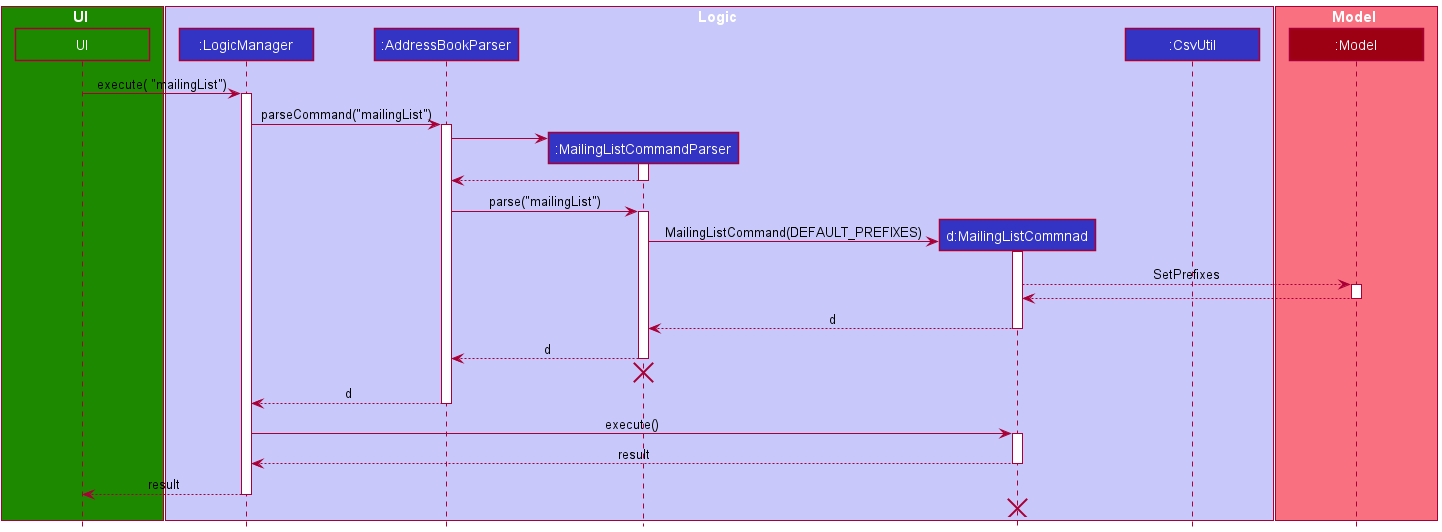
Above: docs/images/MailingListSequenceDiagram.png in nus-cs2103-AY2122S1/tp (PlantUML), before the change.
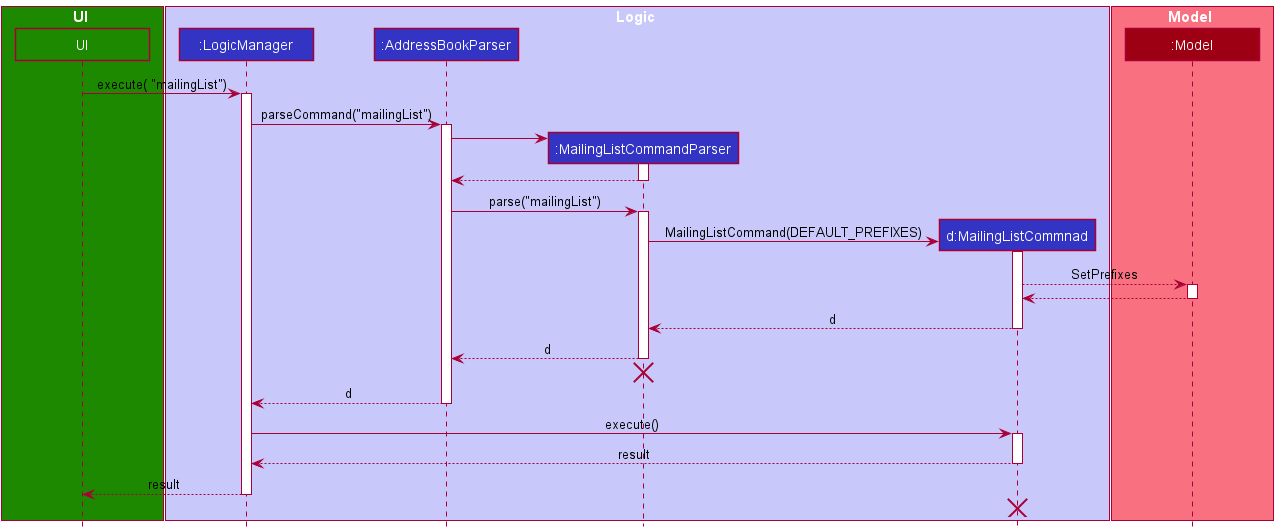
Later version of the same file.

What changed in the source:
```diff
@@ -11,7 +11,6 @@
 participant ":AddressBookParser" as AddressBookParser LOGIC_COLOR
 participant ":MailingListCommandParser" as MailingListCommandParser LOGIC_COLOR
 participant "d:MailingListCommnad" as MailingListCommand LOGIC_COLOR
-participant ":CsvUtil" as CsvUtil LOGIC_COLOR
 end box
 
 box Model MODEL_COLOR_T1
```
